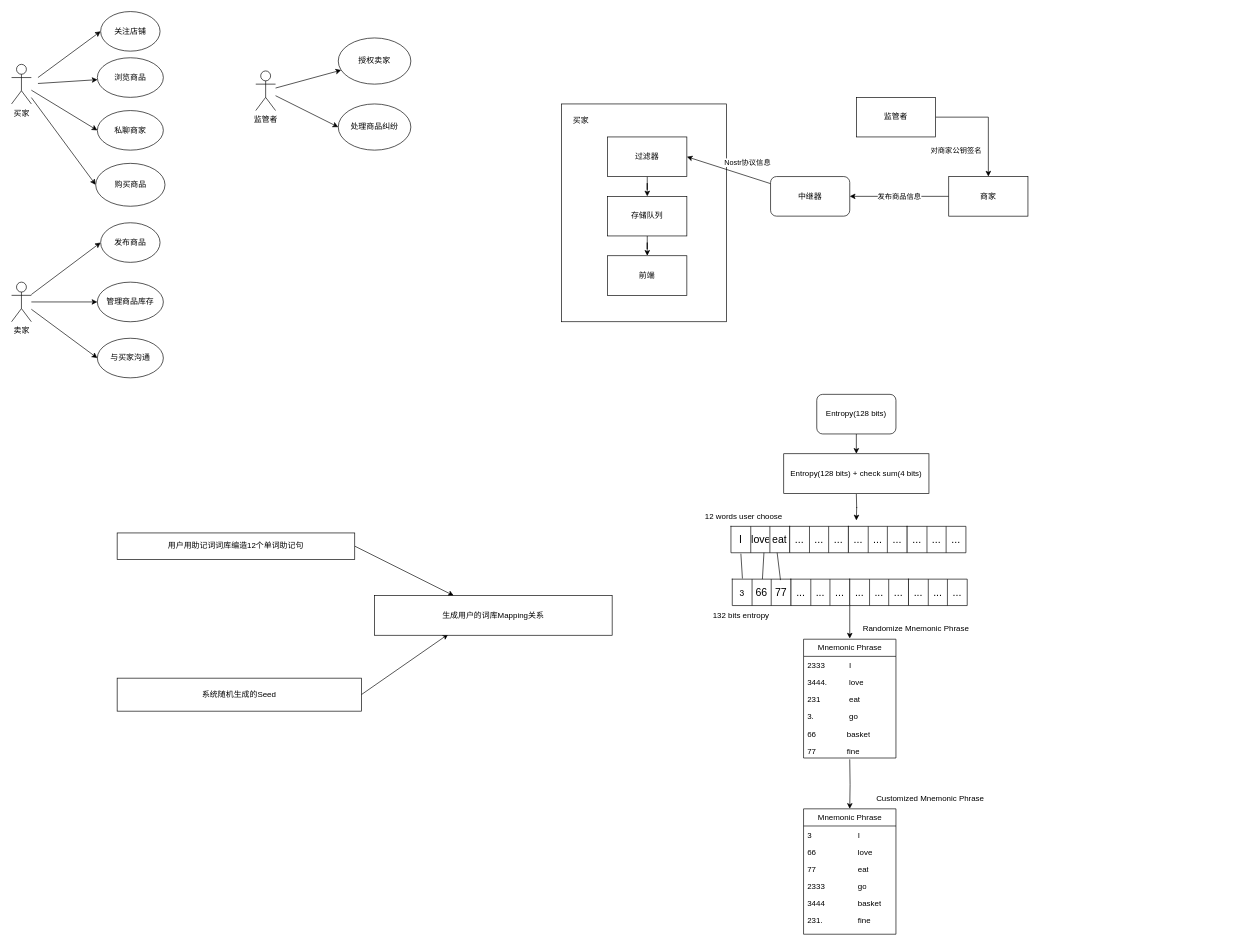
Earlier version of the draw.io diagram 黑客松.drawio (Adamlixi/adamblog.github.io). Source tidied: cells renumbered, new cells numbered last; positions are measured from the earlier drawing's top-left corner, leaving out a move shared by most shapes. Both pictures are drawn from the tidied source at 66%, with x=0, y=0 at pixel (11, 11).
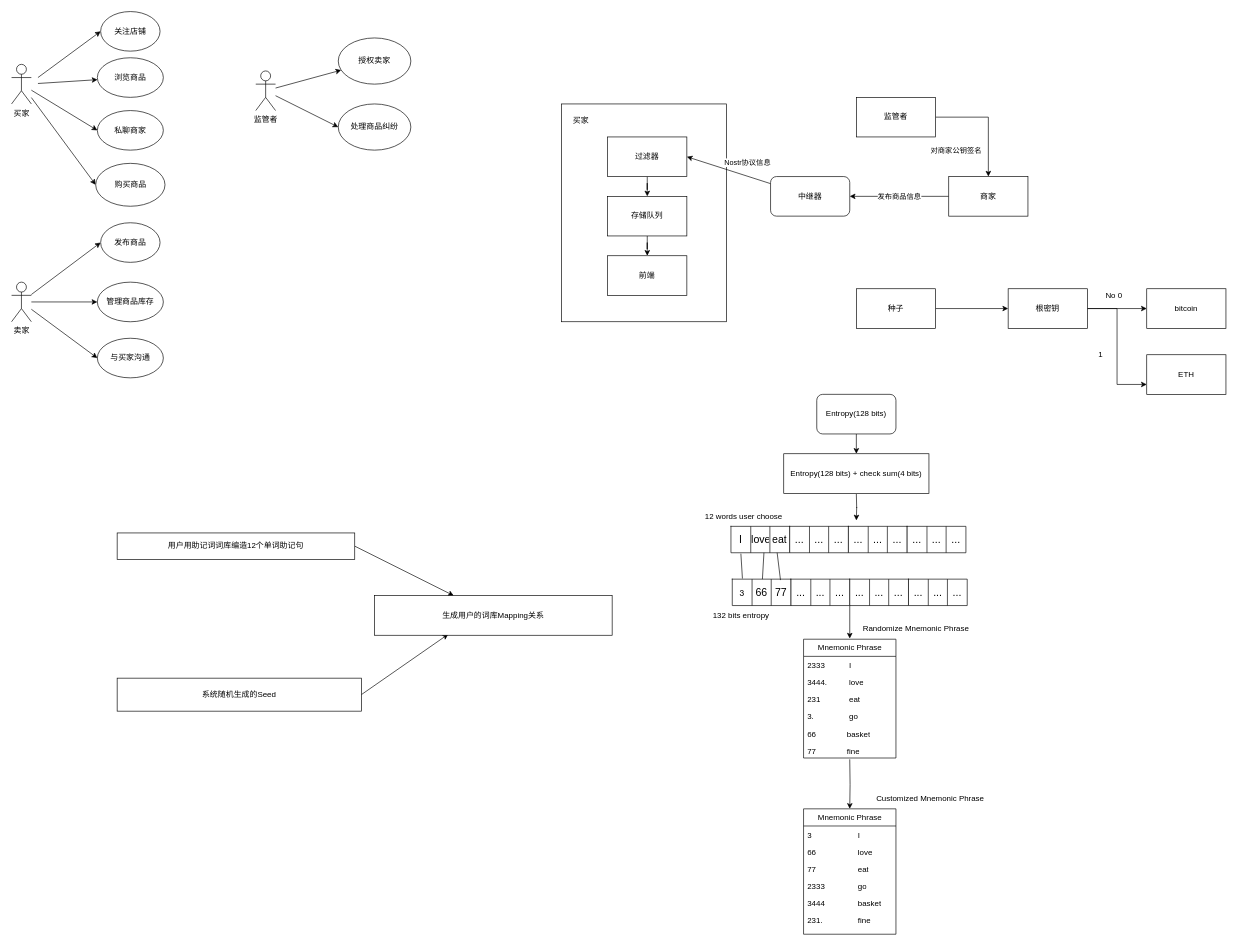
Above is the later version.

Commit message:
更新黑客松.drawio

The edit, as a diff of the source:
```diff
@@
+    <mxCell id="109" style="edgeStyle=orthogonalEdgeStyle;rounded=0;jettySize=auto;html=1;exitX=1;exitY=0.5;exitDx=0;exitDy=0;entryX=0;entryY=0.5;entryDx=0;entryDy=0;" parent="1" edge="1" source="110" target="113">
+      <mxGeometry relative="1" as="geometry" />
+    </mxCell>
+    <mxCell id="110" value="种子" style="rounded=0;whiteSpace=wrap;html=1;" parent="1" vertex="1">
+      <mxGeometry x="1280" y="420" width="120" height="60" as="geometry" />
+    </mxCell>
+    <mxCell id="111" style="edgeStyle=orthogonalEdgeStyle;rounded=0;jettySize=auto;html=1;exitX=1;exitY=0.5;exitDx=0;exitDy=0;" parent="1" edge="1" source="113" target="114">
+      <mxGeometry relative="1" as="geometry" />
+    </mxCell>
+    <mxCell id="112" style="edgeStyle=orthogonalEdgeStyle;rounded=0;jettySize=auto;html=1;entryX=0;entryY=0.75;entryDx=0;entryDy=0;" parent="1" edge="1" source="113" target="116">
+      <mxGeometry relative="1" as="geometry" />
+    </mxCell>
+    <mxCell id="113" value="根密钥" style="rounded=0;whiteSpace=wrap;html=1;" parent="1" vertex="1">
+      <mxGeometry x="1510" y="420" width="120" height="60" as="geometry" />
+    </mxCell>
+    <mxCell id="114" value="bitcoin" style="rounded=0;whiteSpace=wrap;html=1;" parent="1" vertex="1">
+      <mxGeometry x="1720" y="420" width="120" height="60" as="geometry" />
+    </mxCell>
+    <mxCell id="115" value="No 0" style="text;html=1;align=center;verticalAlign=middle;strokeColor=none;fillColor=none;" parent="1" vertex="1">
+      <mxGeometry x="1645" y="415" width="50" height="30" as="geometry" />
+    </mxCell>
+    <mxCell id="116" value="ETH" style="rounded=0;whiteSpace=wrap;html=1;" parent="1" vertex="1">
+      <mxGeometry x="1720" y="520" width="120" height="60" as="geometry" />
+    </mxCell>
+    <mxCell id="117" value="1" style="text;html=1;align=center;verticalAlign=middle;strokeColor=none;fillColor=none;" parent="1" vertex="1">
+      <mxGeometry x="1635" y="505" width="30" height="30" as="geometry" />
+    </mxCell>
```
